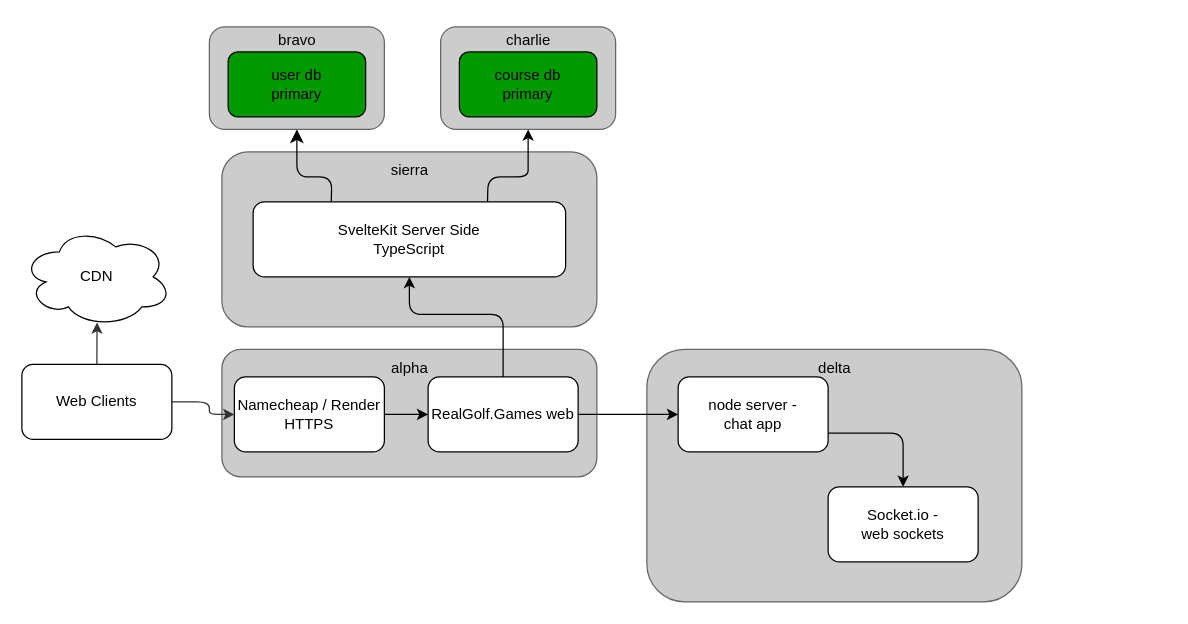
The draw.io diagram img/architecture.drawio in realgolf/web, before the edit. Source tidied: cells renumbered, new cells numbered last; positions are measured from the earlier drawing's top-left corner, leaving out a move shared by most shapes. Both pictures are drawn from the tidied source at 125%, with x=0, y=0 at pixel (21, 21).
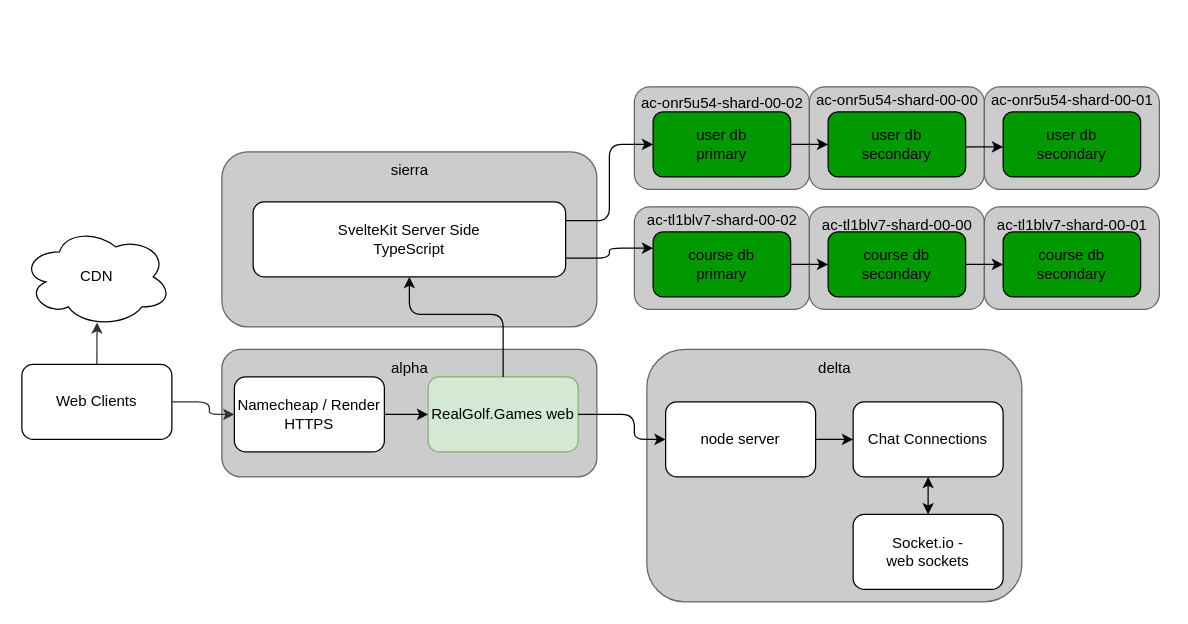
The same diagram, later.

Unchanged cells that the change refers to:
```xml
<mxCell id="25" value="SvelteKit Server Side&lt;br&gt;TypeScript" style="rounded=1;whiteSpace=wrap;html=1;fontColor=#000000;fillColor=#FFFFFF;strokeColor=#000000;" parent="1" vertex="1">
  <mxGeometry x="185" y="144" width="250" height="60" as="geometry" />
</mxCell>
```

Change to the diagram source:
```diff
@@
-    <mxCell id="7" value="RealGolf.Games web" style="rounded=1;whiteSpace=wrap;html=1;fontColor=#000000;fillColor=#FFFFFF;strokeColor=#000000;" parent="1" vertex="1">
+    <mxCell id="7" value="RealGolf.Games web" style="rounded=1;whiteSpace=wrap;html=1;fillColor=#d5e8d4;strokeColor=#82b366;" parent="1" vertex="1">
       <mxGeometry x="325" y="284" width="120" height="60" as="geometry" />
     </mxCell>
@@
     <mxCell id="9" style="rounded=1;whiteSpace=wrap;html=1;fillColor=#CCCCCC;fontColor=#333333;strokeColor=#666666;" parent="1" vertex="1">
-      <mxGeometry x="150" y="4" width="140" height="82" as="geometry" />
+      <mxGeometry x="490" y="52" width="140" height="82" as="geometry" />
     </mxCell>
     <mxCell id="10" value="user db&lt;br&gt;primary" style="rounded=1;whiteSpace=wrap;html=1;fillColor=#009900;strokeColor=#000000;" parent="1" vertex="1">
-      <mxGeometry x="165" y="24" width="110" height="52" as="geometry" />
+      <mxGeometry x="505" y="72" width="110" height="52" as="geometry" />
     </mxCell>
     <mxCell id="11" style="rounded=1;whiteSpace=wrap;html=1;fillColor=#CCCCCC;fontColor=#333333;strokeColor=#666666;" parent="1" vertex="1">
-      <mxGeometry x="335" y="4" width="140" height="82" as="geometry" />
+      <mxGeometry x="490" y="148" width="140" height="82" as="geometry" />
     </mxCell>
     <mxCell id="12" value="course db&lt;br&gt;primary" style="rounded=1;whiteSpace=wrap;html=1;fillColor=#009900;strokeColor=#000000;" parent="1" vertex="1">
-      <mxGeometry x="350" y="24" width="110" height="52" as="geometry" />
+      <mxGeometry x="505" y="168" width="110" height="52" as="geometry" />
     </mxCell>
@@
+    <mxCell id="29" style="edgeStyle=orthogonalEdgeStyle;rounded=1;jettySize=auto;html=1;exitX=1;exitY=0.5;exitDx=0;exitDy=0;entryX=0;entryY=0.5;entryDx=0;entryDy=0;curved=0;" parent="1" edge="1" source="14" target="47">
+      <mxGeometry relative="1" as="geometry" />
+    </mxCell>
-    <mxCell id="14" value="node server - &lt;br&gt;chat app" style="rounded=1;whiteSpace=wrap;html=1;fontColor=#000000;fillColor=#FFFFFF;strokeColor=#000000;" parent="1" vertex="1">
-      <mxGeometry x="525" y="284" width="120" height="60" as="geometry" />
+    <mxCell id="14" value="node server" style="rounded=1;whiteSpace=wrap;html=1;fontColor=#000000;fillColor=#FFFFFF;strokeColor=#000000;" parent="1" vertex="1">
+      <mxGeometry x="515" y="304" width="120" height="60" as="geometry" />
     </mxCell>
     <mxCell id="15" value="Socket.io -&lt;br&gt;web sockets" style="rounded=1;whiteSpace=wrap;html=1;fontColor=#000000;fillColor=#FFFFFF;strokeColor=#000000;" parent="1" vertex="1">
-      <mxGeometry x="645" y="372" width="120" height="60" as="geometry" />
+      <mxGeometry x="665" y="394" width="120" height="60" as="geometry" />
     </mxCell>
     <mxCell id="16" style="edgeStyle=none;jettySize=auto;html=1;rounded=1;strokeColor=#000000;fontColor=#000000;jumpStyle=none;exitX=1;exitY=0.5;exitDx=0;exitDy=0;entryX=0;entryY=0.5;entryDx=0;entryDy=0;" parent="1" edge="1" source="7" target="14">
-      <mxGeometry relative="1" as="geometry" />
+      <mxGeometry relative="1" as="geometry">
+        <Array as="points">
+          <mxPoint x="490" y="314" />
+          <mxPoint x="490" y="334" />
+        </Array>
+      </mxGeometry>
     </mxCell>
-    <mxCell id="17" style="edgeStyle=none;jettySize=auto;html=1;rounded=1;strokeColor=#000000;fontColor=#000000;jumpStyle=none;exitX=1;exitY=0.75;exitDx=0;exitDy=0;entryX=0.5;entryY=0;entryDx=0;entryDy=0;" parent="1" edge="1" source="14" target="15">
-      <mxGeometry relative="1" as="geometry">
-        <Array as="points">
-          <mxPoint x="705" y="329" />
-        </Array>
-      </mxGeometry>
-    </mxCell>
@@
-    <mxCell id="20" value="bravo" style="text;html=1;align=center;verticalAlign=middle;strokeColor=none;fillColor=none;fontColor=#000000;" parent="1" vertex="1">
-      <mxGeometry x="195" width="50" height="30" as="geometry" />
-    </mxCell>
-    <mxCell id="21" value="charlie" style="text;html=1;align=center;verticalAlign=middle;strokeColor=none;fillColor=none;fontColor=#000000;" parent="1" vertex="1">
-      <mxGeometry x="375" width="60" height="30" as="geometry" />
+    <mxCell id="21" value="&lt;span style=&quot;text-align: start;&quot;&gt;&lt;font face=&quot;Helvetica&quot;&gt;ac-tl1blv7-shard-00-02&lt;/font&gt;&lt;/span&gt;" style="text;html=1;align=center;verticalAlign=middle;strokeColor=none;fillColor=none;fontColor=#000000;" parent="1" vertex="1">
+      <mxGeometry x="490" y="144" width="140" height="30" as="geometry" />
     </mxCell>
@@
+    <mxCell id="30" style="edgeStyle=orthogonalEdgeStyle;rounded=1;jettySize=auto;html=1;exitX=1;exitY=0.25;exitDx=0;exitDy=0;entryX=0;entryY=0.5;entryDx=0;entryDy=0;curved=0;" parent="1" edge="1" source="25" target="10">
+      <mxGeometry relative="1" as="geometry" />
+    </mxCell>
+    <mxCell id="31" style="edgeStyle=orthogonalEdgeStyle;rounded=1;jettySize=auto;html=1;exitX=1;exitY=0.75;exitDx=0;exitDy=0;entryX=0;entryY=0.25;entryDx=0;entryDy=0;curved=0;" parent="1" edge="1" source="25" target="12">
+      <mxGeometry relative="1" as="geometry" />
+    </mxCell>
@@
-    <mxCell id="26" style="edgeStyle=none;jettySize=auto;html=1;endArrow=classic;startArrow=none;endSize=8;startSize=8;rounded=1;strokeColor=#000000;fontColor=#000000;jumpStyle=none;startFill=0;exitX=0.25;exitY=0;exitDx=0;exitDy=0;entryX=0.5;entryY=1;entryDx=0;entryDy=0;" parent="1" edge="1" source="25" target="9">
-      <mxGeometry relative="1" as="geometry">
-        <Array as="points">
-          <mxPoint x="248" y="124" />
-          <mxPoint x="220" y="124" />
-        </Array>
-      </mxGeometry>
-    </mxCell>
-    <mxCell id="27" style="edgeStyle=none;jettySize=auto;html=1;rounded=1;strokeColor=#000000;fontColor=#000000;startArrow=none;startFill=0;jumpStyle=none;exitX=0.75;exitY=0;exitDx=0;exitDy=0;entryX=0.5;entryY=1;entryDx=0;entryDy=0;" parent="1" edge="1" source="25" target="11">
-      <mxGeometry relative="1" as="geometry">
-        <Array as="points">
-          <mxPoint x="373" y="124" />
-          <mxPoint x="405" y="124" />
-          <mxPoint x="405" y="114" />
-        </Array>
-      </mxGeometry>
-    </mxCell>
@@
+    <mxCell id="32" style="rounded=1;whiteSpace=wrap;html=1;fillColor=#CCCCCC;fontColor=#333333;strokeColor=#666666;" parent="1" vertex="1">
+      <mxGeometry x="630" y="52" width="140" height="82" as="geometry" />
+    </mxCell>
+    <mxCell id="33" value="user db&lt;br&gt;secondary" style="rounded=1;whiteSpace=wrap;html=1;fillColor=#009900;strokeColor=#000000;" parent="1" vertex="1">
+      <mxGeometry x="645" y="72" width="110" height="52" as="geometry" />
+    </mxCell>
+    <mxCell id="34" value="&lt;span style=&quot;text-align: start;&quot;&gt;&lt;font face=&quot;Helvetica&quot; style=&quot;font-size: 12px;&quot;&gt;ac-onr5u54-shard-00-00&lt;/font&gt;&lt;/span&gt;" style="text;html=1;align=center;verticalAlign=middle;fillColor=none;" parent="1" vertex="1">
+      <mxGeometry x="625" y="48" width="150" height="30" as="geometry" />
+    </mxCell>
+    <mxCell id="35" style="rounded=1;whiteSpace=wrap;html=1;fillColor=#CCCCCC;fontColor=#333333;strokeColor=#666666;" parent="1" vertex="1">
+      <mxGeometry x="770" y="52" width="140" height="82" as="geometry" />
+    </mxCell>
+    <mxCell id="36" value="user db&lt;br&gt;secondary" style="rounded=1;whiteSpace=wrap;html=1;fillColor=#009900;strokeColor=#000000;" parent="1" vertex="1">
+      <mxGeometry x="785" y="72" width="110" height="52" as="geometry" />
+    </mxCell>
+    <mxCell id="37" value="&lt;span style=&quot;text-align: start;&quot;&gt;&lt;font face=&quot;Helvetica&quot; style=&quot;font-size: 12px;&quot;&gt;ac-onr5u54-shard-00-01&lt;/font&gt;&lt;/span&gt;" style="text;html=1;align=center;verticalAlign=middle;fillColor=none;" parent="1" vertex="1">
+      <mxGeometry x="765" y="48" width="150" height="30" as="geometry" />
+    </mxCell>
+    <mxCell id="38" style="rounded=1;whiteSpace=wrap;html=1;fillColor=#CCCCCC;fontColor=#333333;strokeColor=#666666;" parent="1" vertex="1">
+      <mxGeometry x="630" y="148" width="140" height="82" as="geometry" />
+    </mxCell>
+    <mxCell id="39" value="course db&lt;br&gt;secondary" style="rounded=1;whiteSpace=wrap;html=1;fillColor=#009900;strokeColor=#000000;" parent="1" vertex="1">
+      <mxGeometry x="645" y="168" width="110" height="52" as="geometry" />
+    </mxCell>
+    <mxCell id="40" style="rounded=1;whiteSpace=wrap;html=1;fillColor=#CCCCCC;fontColor=#333333;strokeColor=#666666;" parent="1" vertex="1">
+      <mxGeometry x="770" y="148" width="140" height="82" as="geometry" />
+    </mxCell>
+    <mxCell id="41" value="course db&lt;br&gt;secondary" style="rounded=1;whiteSpace=wrap;html=1;fillColor=#009900;strokeColor=#000000;" parent="1" vertex="1">
+      <mxGeometry x="785" y="168" width="110" height="52" as="geometry" />
+    </mxCell>
+    <mxCell id="42" value="&lt;span style=&quot;text-align: start;&quot;&gt;&lt;font face=&quot;Helvetica&quot; style=&quot;font-size: 12px;&quot;&gt;ac-onr5u54-shard-00-02&lt;/font&gt;&lt;/span&gt;" style="text;html=1;align=center;verticalAlign=middle;fillColor=none;" parent="1" vertex="1">
+      <mxGeometry x="485" y="50" width="150" height="30" as="geometry" />
+    </mxCell>
+    <mxCell id="43" style="edgeStyle=orthogonalEdgeStyle;rounded=0;orthogonalLoop=1;jettySize=auto;html=1;exitX=1;exitY=0.5;exitDx=0;exitDy=0;entryX=0;entryY=0.5;entryDx=0;entryDy=0;" parent="1" edge="1">
+      <mxGeometry relative="1" as="geometry">
+        <mxPoint x="615" y="194" as="sourcePoint" />
+        <mxPoint x="645" y="194" as="targetPoint" />
+      </mxGeometry>
+    </mxCell>
+    <mxCell id="44" style="edgeStyle=orthogonalEdgeStyle;rounded=0;orthogonalLoop=1;jettySize=auto;html=1;exitX=1;exitY=0.5;exitDx=0;exitDy=0;entryX=0;entryY=0.5;entryDx=0;entryDy=0;" parent="1" edge="1">
+      <mxGeometry relative="1" as="geometry">
+        <mxPoint x="755" y="194" as="sourcePoint" />
+        <mxPoint x="785" y="194" as="targetPoint" />
+      </mxGeometry>
+    </mxCell>
+    <mxCell id="45" style="edgeStyle=orthogonalEdgeStyle;rounded=0;orthogonalLoop=1;jettySize=auto;html=1;exitX=1;exitY=0.5;exitDx=0;exitDy=0;entryX=0;entryY=0.5;entryDx=0;entryDy=0;" parent="1" edge="1">
+      <mxGeometry relative="1" as="geometry">
+        <mxPoint x="755" y="100" as="sourcePoint" />
+        <mxPoint x="785" y="100" as="targetPoint" />
+      </mxGeometry>
+    </mxCell>
+    <mxCell id="46" style="edgeStyle=orthogonalEdgeStyle;rounded=1;jettySize=auto;html=1;exitX=0.5;exitY=1;exitDx=0;exitDy=0;entryX=0.5;entryY=0;entryDx=0;entryDy=0;curved=0;endArrow=classic;endFill=1;startArrow=classic;startFill=1;" parent="1" edge="1" source="47" target="15">
+      <mxGeometry relative="1" as="geometry" />
+    </mxCell>
+    <mxCell id="47" value="Chat Connections" style="rounded=1;whiteSpace=wrap;html=1;fontColor=#000000;fillColor=#FFFFFF;strokeColor=#000000;" parent="1" vertex="1">
+      <mxGeometry x="665" y="304" width="120" height="60" as="geometry" />
+    </mxCell>
+    <mxCell id="48" style="edgeStyle=orthogonalEdgeStyle;rounded=0;orthogonalLoop=1;jettySize=auto;html=1;exitX=1;exitY=0.5;exitDx=0;exitDy=0;entryX=0;entryY=0.5;entryDx=0;entryDy=0;" parent="1" edge="1">
+      <mxGeometry relative="1" as="geometry">
+        <mxPoint x="615" y="98" as="sourcePoint" />
+        <mxPoint x="645" y="98" as="targetPoint" />
+      </mxGeometry>
+    </mxCell>
+    <mxCell id="49" value="&lt;span style=&quot;text-align: start;&quot;&gt;&lt;font face=&quot;Helvetica&quot;&gt;ac-tl1blv7-shard-00-00&lt;/font&gt;&lt;/span&gt;" style="text;html=1;align=center;verticalAlign=middle;strokeColor=none;fillColor=none;fontColor=#000000;" parent="1" vertex="1">
+      <mxGeometry x="630" y="148" width="140" height="30" as="geometry" />
+    </mxCell>
+    <mxCell id="50" value="&lt;span style=&quot;text-align: start;&quot;&gt;&lt;font face=&quot;Helvetica&quot;&gt;ac-tl1blv7-shard-00-01&lt;/font&gt;&lt;/span&gt;" style="text;html=1;align=center;verticalAlign=middle;strokeColor=none;fillColor=none;fontColor=#000000;" parent="1" vertex="1">
+      <mxGeometry x="770" y="148" width="140" height="30" as="geometry" />
+    </mxCell>
```
